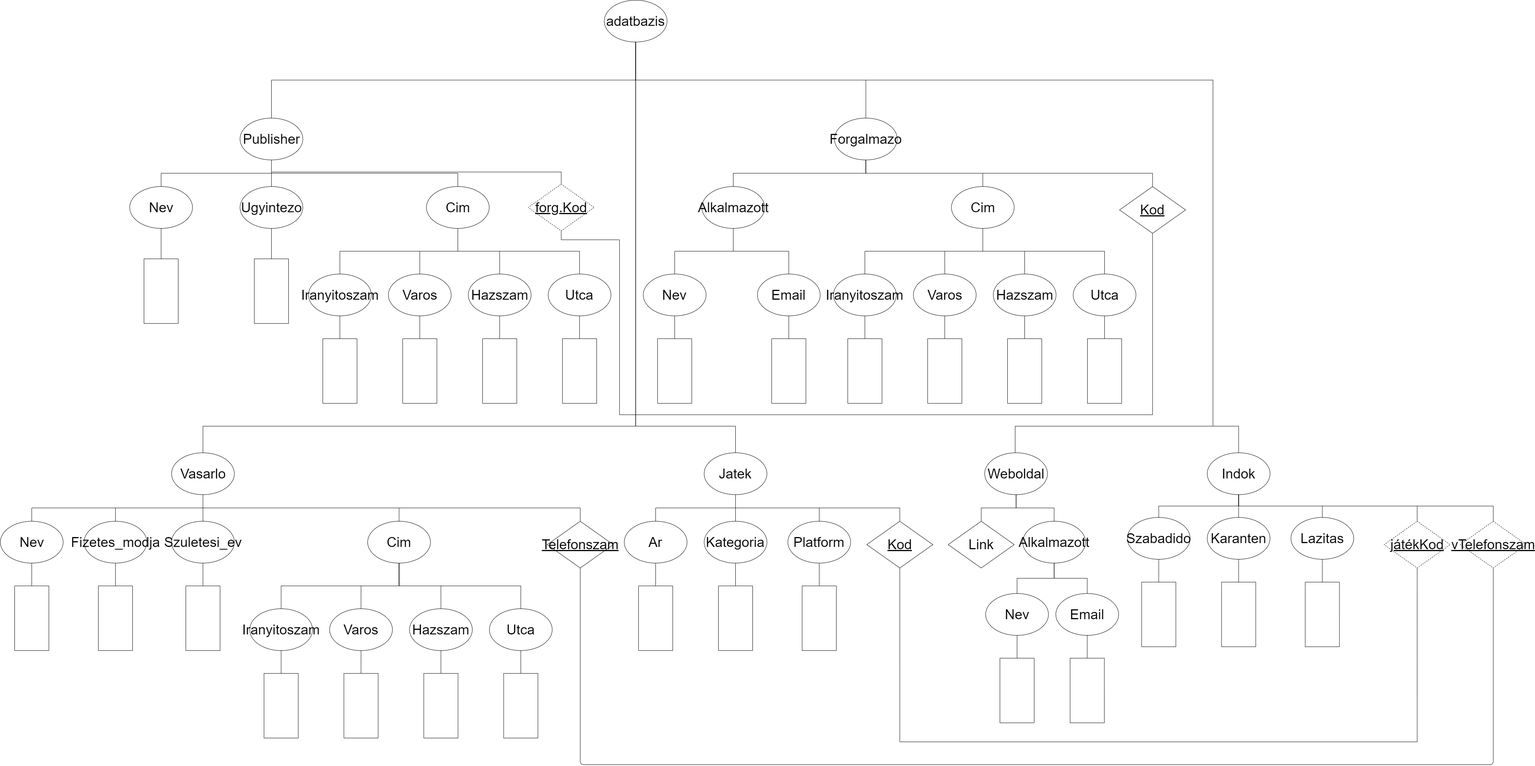
martonmengyan/BPWTW0_XMLGyak keeps this draw.io diagram as XMLTaskBPWTW0/XDMBPWTW0.png. Above is the earlier version. Source tidied: cells renumbered, new cells last; positions are measured from the earlier drawing's top-left corner, leaving out a move shared by most shapes.
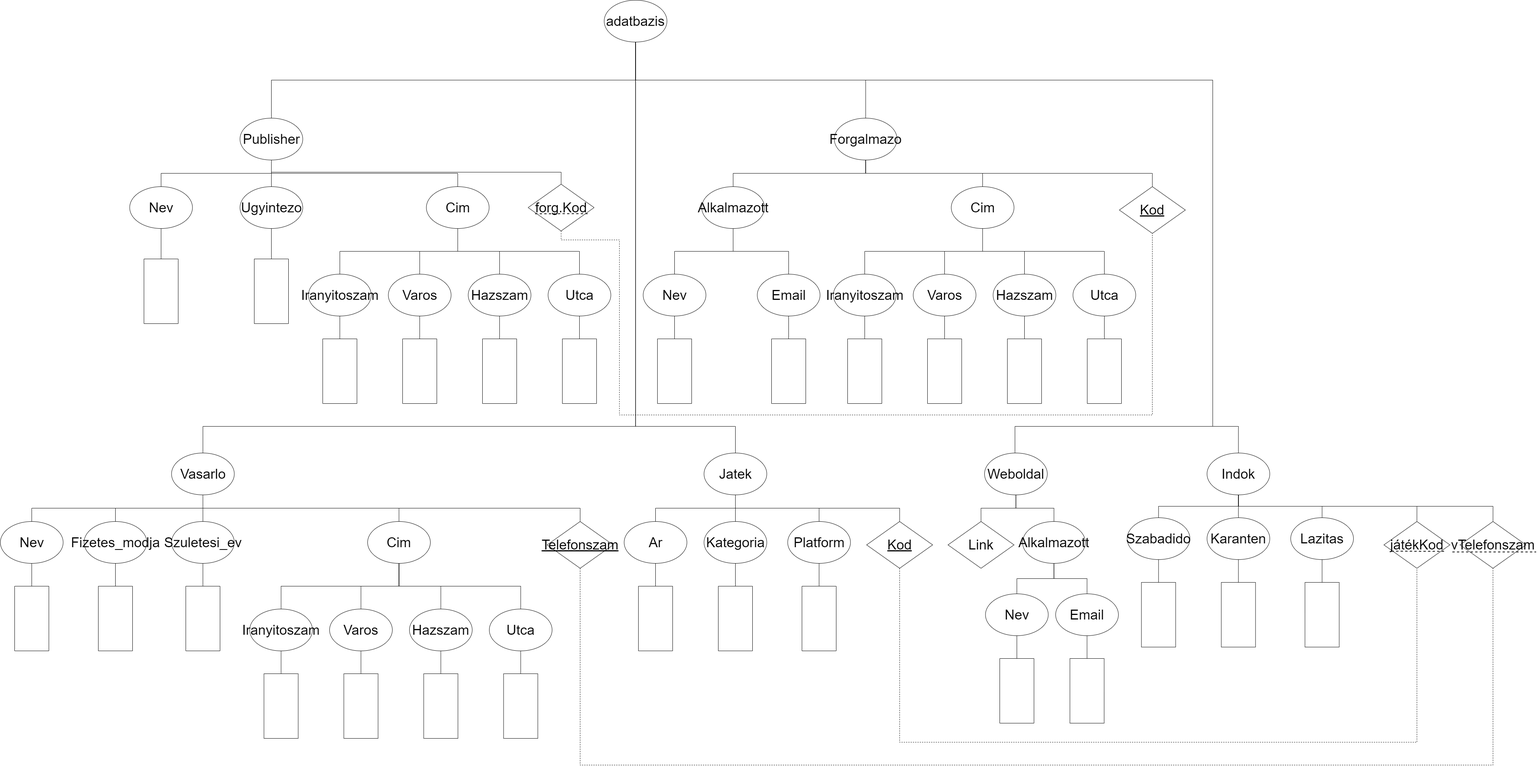
The same file after the commit.

What changed in the source:
```diff
@@ -438,11 +438,16 @@
     <mxCell id="138" style="endArrow=none;html=1;exitX=0.5;exitY=0;exitDx=0;exitDy=0;entryX=0.5;entryY=1;entryDx=0;entryDy=0;edgeStyle=orthogonalEdgeStyle;rounded=0;" parent="1" edge="1" source="7" target="2">
       <mxGeometry relative="1" as="geometry" />
     </mxCell>
-    <mxCell id="139" value="&lt;font style=&quot;font-size: 36px&quot;&gt;&lt;u&gt;forg.Kod&lt;/u&gt;&lt;/font&gt;" style="rhombus;whiteSpace=wrap;html=1;dashed=1;" parent="1" vertex="1">
+    <mxCell id="139" value="&lt;font style=&quot;font-size: 36px&quot;&gt;forg.Kod&lt;/font&gt;" style="rhombus;whiteSpace=wrap;html=1;" parent="1" vertex="1">
       <mxGeometry x="1390" y="483.5" width="173.5" height="122.9" as="geometry" />
     </mxCell>
     <mxCell id="140" style="endArrow=none;html=1;exitX=0.5;exitY=1;exitDx=0;exitDy=0;entryX=0.5;entryY=0;entryDx=0;entryDy=0;edgeStyle=orthogonalEdgeStyle;rounded=0;" parent="1" edge="1" source="7" target="139">
-      <mxGeometry relative="1" as="geometry" />
+      <mxGeometry relative="1" as="geometry">
+        <Array as="points">
+          <mxPoint x="715" y="452" />
+          <mxPoint x="1477" y="452" />
+        </Array>
+      </mxGeometry>
     </mxCell>
     <mxCell id="141" value="&lt;font style=&quot;font-size: 36px&quot;&gt;Link&lt;/font&gt;" style="rhombus;whiteSpace=wrap;html=1;" parent="1" vertex="1">
       <mxGeometry x="2494" y="1370" width="173.5" height="122.9" as="geometry" />
@@ -450,10 +455,10 @@
     <mxCell id="142" style="endArrow=none;html=1;exitX=0.5;exitY=1;exitDx=0;exitDy=0;entryX=0.5;entryY=0;entryDx=0;entryDy=0;rounded=0;edgeStyle=orthogonalEdgeStyle;" parent="1" edge="1" source="110" target="141">
       <mxGeometry relative="1" as="geometry" />
     </mxCell>
-    <mxCell id="143" value="&lt;font style=&quot;font-size: 36px&quot;&gt;&lt;u&gt;vTelefonszam&lt;/u&gt;&lt;/font&gt;" style="rhombus;whiteSpace=wrap;html=1;dashed=1;" parent="1" vertex="1">
+    <mxCell id="143" value="&lt;font style=&quot;font-size: 36px&quot;&gt;vTelefonszam&lt;/font&gt;" style="rhombus;whiteSpace=wrap;html=1;" parent="1" vertex="1">
       <mxGeometry x="3840" y="1370" width="173.5" height="122.9" as="geometry" />
     </mxCell>
-    <mxCell id="144" value="&lt;font style=&quot;font-size: 36px&quot;&gt;&lt;u&gt;játékKod&lt;/u&gt;&lt;/font&gt;" style="rhombus;whiteSpace=wrap;html=1;dashed=1;" parent="1" vertex="1">
+    <mxCell id="144" value="&lt;font style=&quot;font-size: 36px&quot;&gt;játékKod&lt;/font&gt;" style="rhombus;whiteSpace=wrap;html=1;" parent="1" vertex="1">
       <mxGeometry x="3640" y="1370" width="173.5" height="122.9" as="geometry" />
     </mxCell>
     <mxCell id="145" style="endArrow=none;html=1;exitX=0.5;exitY=1;exitDx=0;exitDy=0;entryX=0.5;entryY=0;entryDx=0;entryDy=0;edgeStyle=orthogonalEdgeStyle;rounded=0;" parent="1" edge="1" source="6" target="143">
@@ -472,7 +477,7 @@
         </Array>
       </mxGeometry>
     </mxCell>
-    <mxCell id="147" style="endArrow=none;html=1;exitX=0.5;exitY=1;exitDx=0;exitDy=0;entryX=0.5;entryY=1;entryDx=0;entryDy=0;edgeStyle=orthogonalEdgeStyle;" parent="1" edge="1" source="94" target="143">
+    <mxCell id="147" style="endArrow=none;html=1;exitX=0.5;exitY=1;exitDx=0;exitDy=0;entryX=0.5;entryY=1;entryDx=0;entryDy=0;edgeStyle=orthogonalEdgeStyle;rounded=0;dashed=1;" parent="1" edge="1" source="94" target="143">
       <mxGeometry relative="1" as="geometry">
         <Array as="points">
           <mxPoint x="1527" y="2010" />
@@ -480,7 +485,7 @@
         </Array>
       </mxGeometry>
     </mxCell>
-    <mxCell id="148" style="endArrow=none;html=1;exitX=0.5;exitY=1;exitDx=0;exitDy=0;entryX=0.5;entryY=1;entryDx=0;entryDy=0;edgeStyle=orthogonalEdgeStyle;rounded=0;" parent="1" edge="1" source="108" target="144">
+    <mxCell id="148" style="endArrow=none;html=1;exitX=0.5;exitY=1;exitDx=0;exitDy=0;entryX=0.5;entryY=1;entryDx=0;entryDy=0;edgeStyle=orthogonalEdgeStyle;rounded=0;dashed=1;" parent="1" edge="1" source="108" target="144">
       <mxGeometry relative="1" as="geometry">
         <Array as="points">
           <mxPoint x="2367" y="1950" />
@@ -488,7 +493,7 @@
         </Array>
       </mxGeometry>
     </mxCell>
-    <mxCell id="149" style="endArrow=none;html=1;exitX=0.5;exitY=1;exitDx=0;exitDy=0;entryX=0.5;entryY=1;entryDx=0;entryDy=0;edgeStyle=orthogonalEdgeStyle;rounded=0;" parent="1" edge="1" source="139" target="88">
+    <mxCell id="149" style="endArrow=none;html=1;exitX=0.5;exitY=1;exitDx=0;exitDy=0;entryX=0.5;entryY=1;entryDx=0;entryDy=0;edgeStyle=orthogonalEdgeStyle;rounded=0;dashed=1;" parent="1" edge="1" source="139" target="88">
       <mxGeometry relative="1" as="geometry">
         <Array as="points">
           <mxPoint x="1477" y="630" />
@@ -498,5 +503,21 @@
         </Array>
       </mxGeometry>
     </mxCell>
+    <mxCell id="150" style="endArrow=none;dashed=1;html=1;strokeWidth=2;entryX=0.928;entryY=0.637;entryDx=0;entryDy=0;entryPerimeter=0;" parent="1" edge="1" target="144">
+      <mxGeometry relative="1" as="geometry">
+        <mxPoint x="3660" y="1448" as="sourcePoint" />
+      </mxGeometry>
+    </mxCell>
+    <mxCell id="151" style="endArrow=none;dashed=1;html=1;strokeWidth=2;" parent="1" edge="1">
+      <mxGeometry relative="1" as="geometry">
+        <mxPoint x="3820" y="1450" as="sourcePoint" />
+        <mxPoint x="4040" y="1450" as="targetPoint" />
+      </mxGeometry>
+    </mxCell>
+    <mxCell id="152" style="endArrow=none;dashed=1;html=1;strokeWidth=2;exitX=0.106;exitY=0.632;exitDx=0;exitDy=0;exitPerimeter=0;" parent="1" edge="1" source="139">
+      <mxGeometry relative="1" as="geometry">
+        <mxPoint x="1550" y="561" as="targetPoint" />
+      </mxGeometry>
+    </mxCell>
   </root>
 </mxGraphModel>
```
